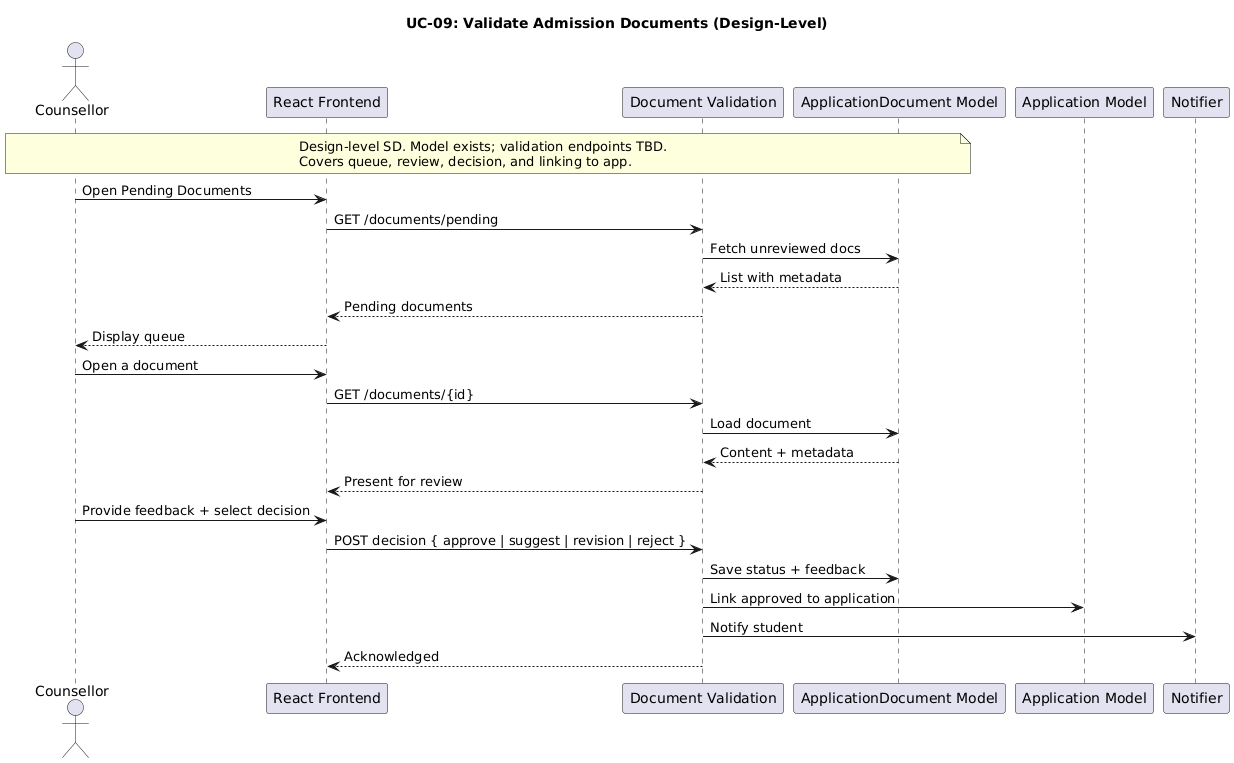
Above: planttext/us9-v1.png in MMMustafakamran/SDs (PlantUML), before the change.
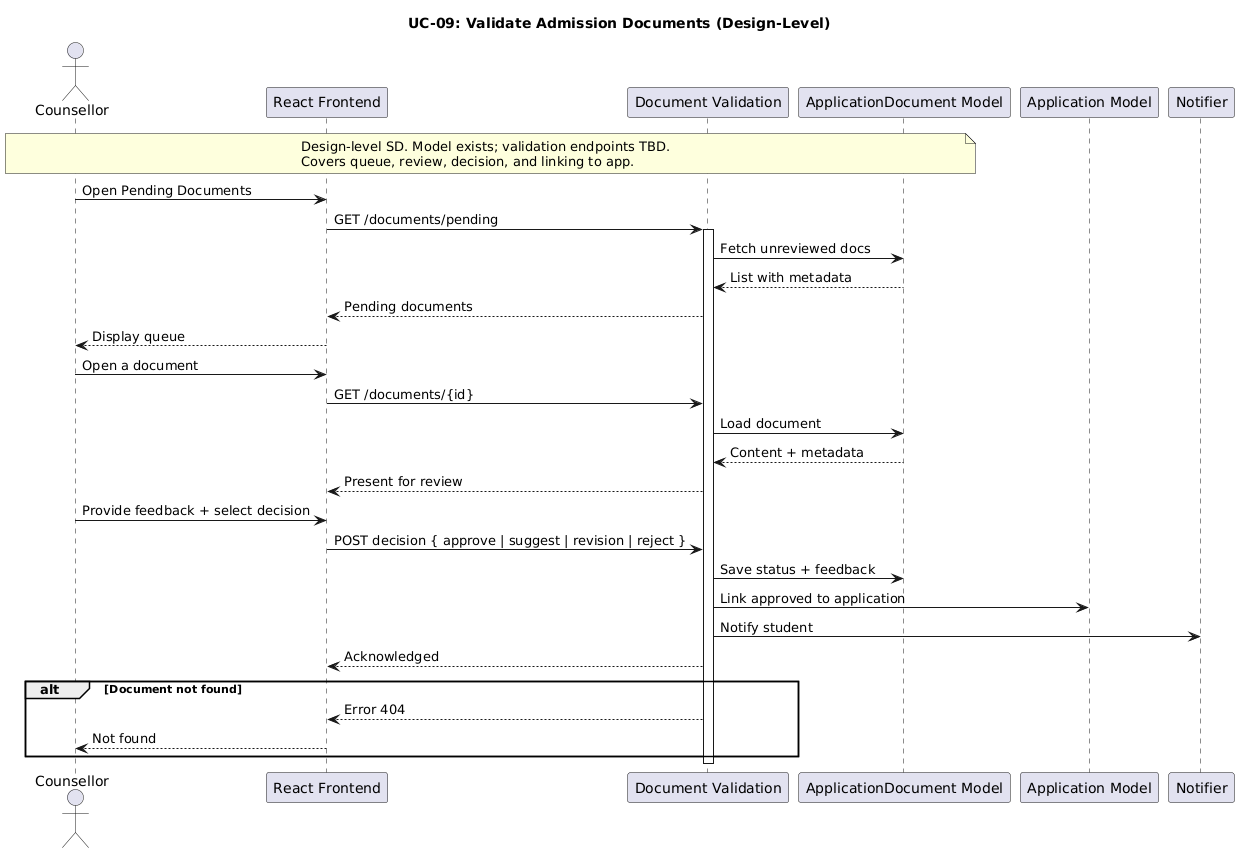
Above is the later version.

Change to the diagram source:
```diff
@@ -15,6 +15,7 @@
 
 Counsellor -> Frontend : Open Pending Documents
 Frontend -> ValidationAPI : GET /documents/pending
+activate ValidationAPI
 ValidationAPI -> ApplicationDocument : Fetch unreviewed docs
 ApplicationDocument --> ValidationAPI : List with metadata
 ValidationAPI --> Frontend : Pending documents
@@ -31,4 +32,11 @@
 ValidationAPI -> Application : Link approved to application
 ValidationAPI -> Notification : Notify student
 ValidationAPI --> Frontend : Acknowledged
+
+alt Document not found
+    ValidationAPI --> Frontend : Error 404
+    Frontend --> Counsellor : Not found
+end
+
+deactivate ValidationAPI
 @enduml
```
